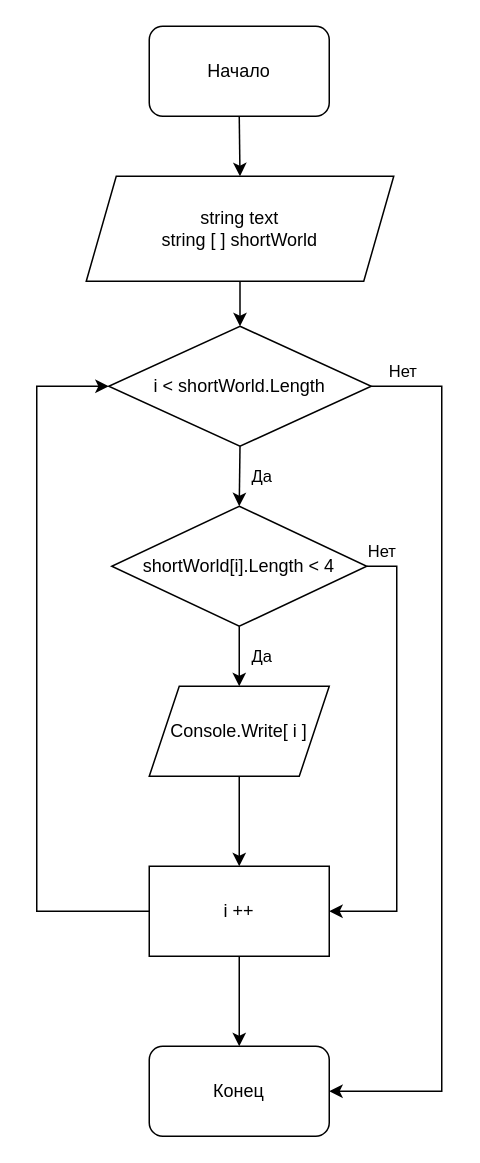
Above: diagram.drawio in KristinaTretyakova/FinalWork (draw.io), before the change. Source tidied: cells renumbered, new cells numbered last; positions are measured from the earlier drawing's top-left corner, leaving out a move shared by most shapes. Both pictures are drawn from the tidied source at 150%, with x=0, y=0 at pixel (36, 26).
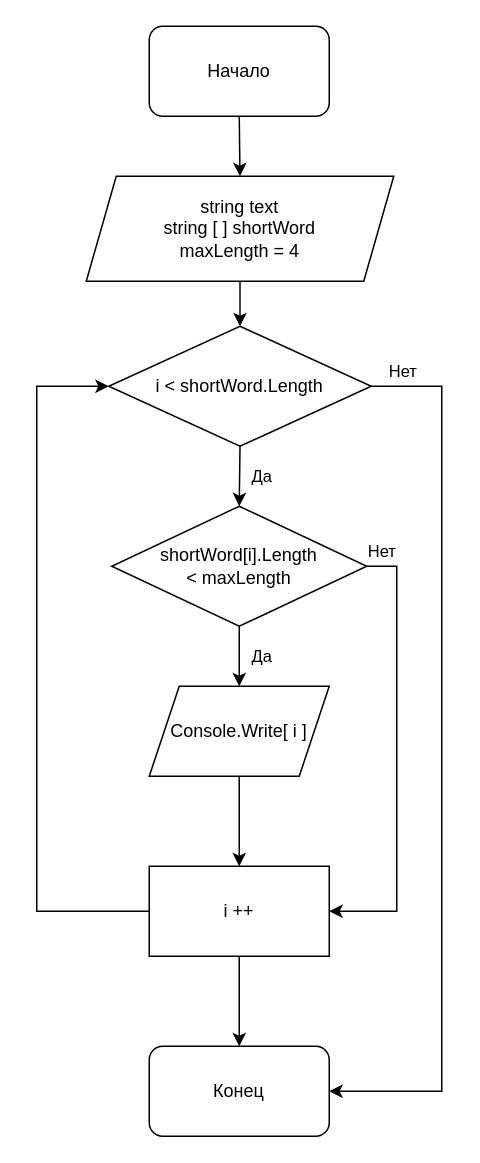
After the change.

What changed in the source:
```diff
@@
-    <mxCell id="5" value="string text&lt;br&gt;string [ ] shortWorld" style="shape=parallelogram;perimeter=parallelogramPerimeter;whiteSpace=wrap;html=1;fixedSize=1;" parent="1" vertex="1">
+    <mxCell id="5" value="string text&lt;br&gt;string [ ] shortWord&lt;br&gt;maxLength = 4" style="shape=parallelogram;perimeter=parallelogramPerimeter;whiteSpace=wrap;html=1;fixedSize=1;" parent="1" vertex="1">
       <mxGeometry x="33" y="100" width="205" height="70" as="geometry" />
     </mxCell>
@@
-    <mxCell id="8" value="i &amp;lt; shortWorld.Length" style="rhombus;whiteSpace=wrap;html=1;" parent="1" vertex="1">
+    <mxCell id="8" value="i &amp;lt; shortWord.Length" style="rhombus;whiteSpace=wrap;html=1;" parent="1" vertex="1">
       <mxGeometry x="48" y="200" width="175" height="80" as="geometry" />
     </mxCell>
@@
-    <mxCell id="12" value="&lt;span&gt;shortWorld[i].Length &amp;lt; 4&lt;/span&gt;" style="rhombus;whiteSpace=wrap;html=1;" parent="1" vertex="1">
+    <mxCell id="12" value="&lt;span&gt;shortWord[i].Length &amp;lt;&amp;nbsp;&lt;/span&gt;maxLength" style="rhombus;whiteSpace=wrap;html=1;" parent="1" vertex="1">
       <mxGeometry x="50" y="320" width="170" height="80" as="geometry" />
     </mxCell>
```
